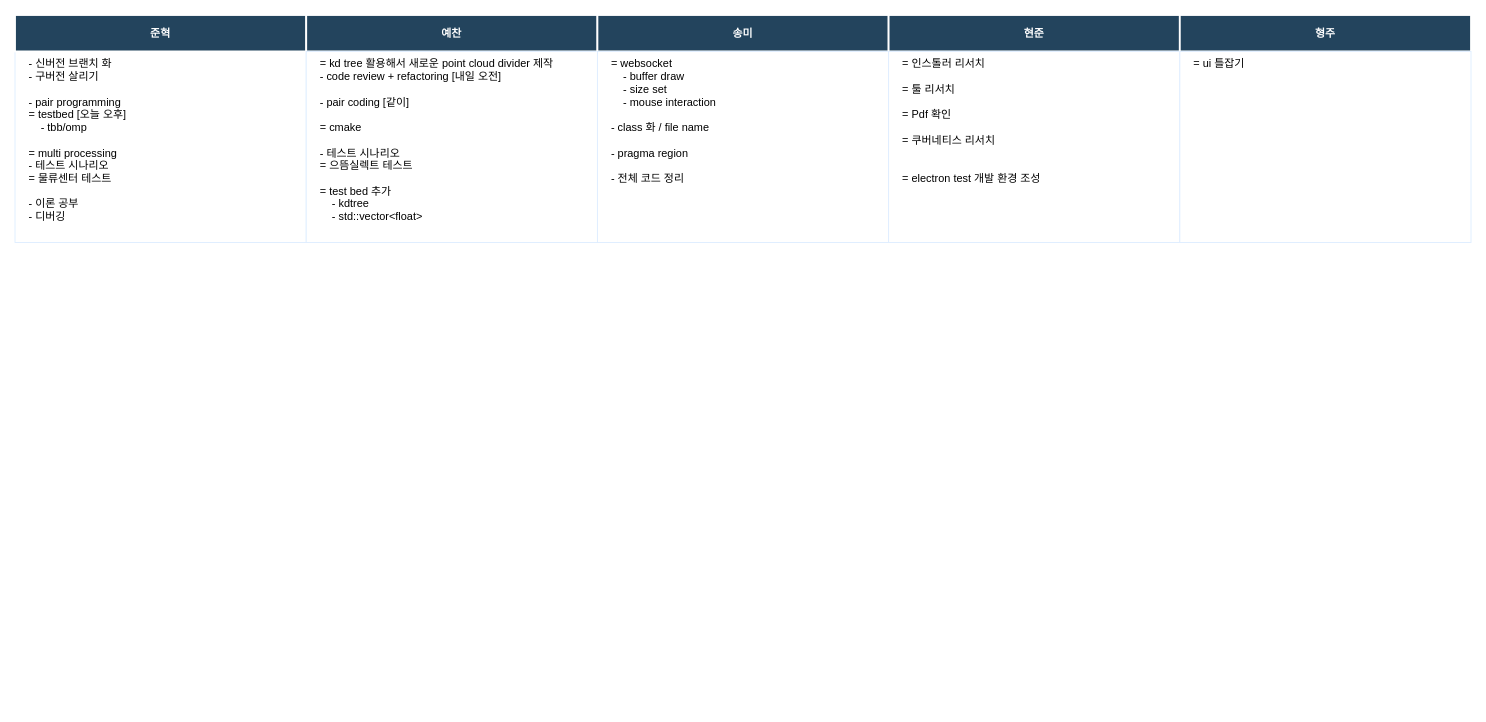
This is team.drawio from jjunbass89/Paper, a draw.io file, before an edit. Source tidied: cells renumbered, new cells numbered last; positions are measured from the earlier drawing's top-left corner, leaving out a move shared by most shapes. Both pictures are drawn from the tidied source at 91%, with x=0, y=0 at pixel (15, 15).
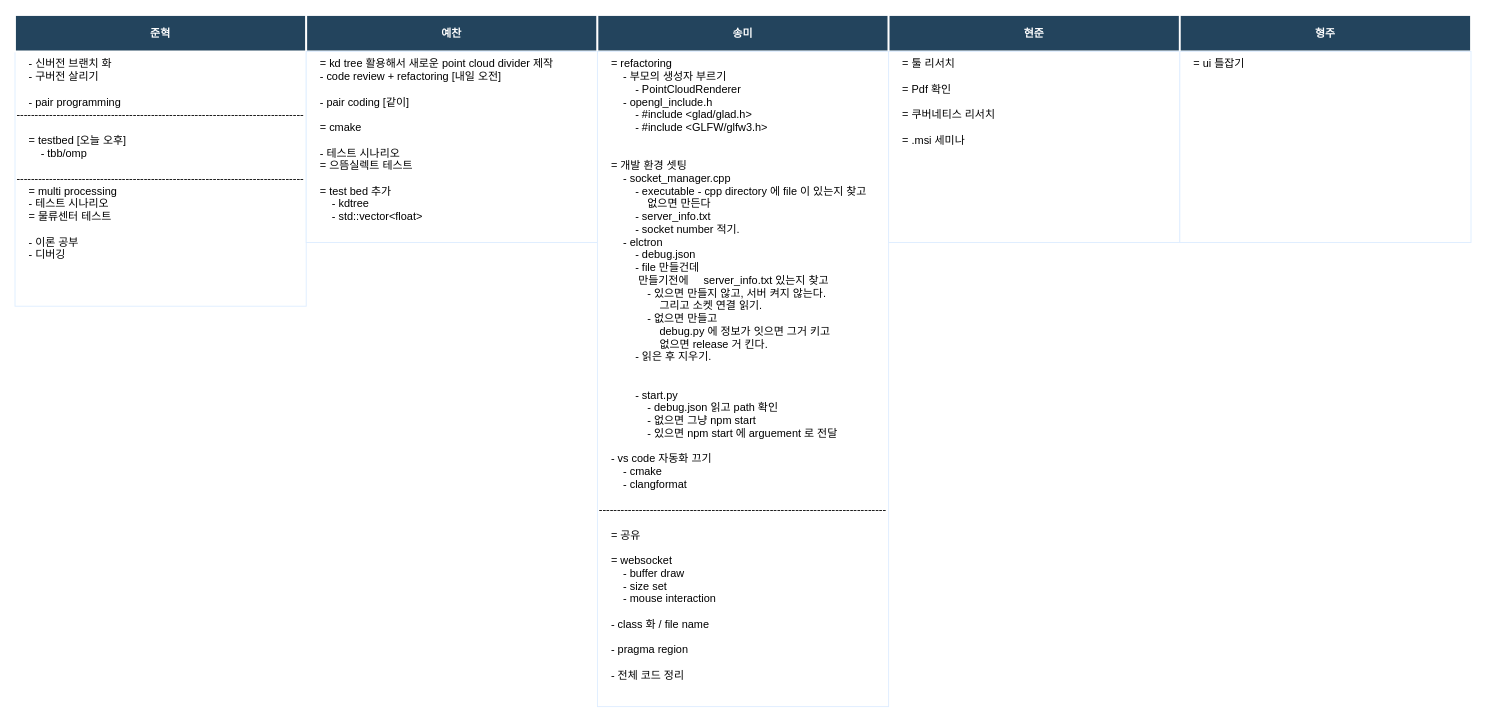
The same page after the edit.

Change to the diagram source:
```diff
@@
 <mxGraphModel>
   <root>
     <mxCell id="0" />
     <mxCell id="1" parent="0" />
-    <mxCell id="2" value="    - 신버전 브랜치 화&#10;    - 구버전 살리기&#10;&#10;    - pair programming&#10;    = testbed [오늘 오후]&#10;        - tbb/omp&#10;&#10;    = multi processing&#10;    - 테스트 시나리오&#10;    = 물류센터 테스트&#10;&#10;    - 이론 공부&#10;    - 디버깅&#10;" style="align=left;strokeColor=#DEEDFF;verticalAlign=top;" parent="1" vertex="1">
-      <mxGeometry y="40" width="320" height="210" as="geometry" />
+    <mxCell id="2" value="    - 신버전 브랜치 화&#10;    - 구버전 살리기&#10;&#10;    - pair programming&#10;-------------------------------------------------------------------------------&#10;&#10;    = testbed [오늘 오후]&#10;        - tbb/omp&#10;&#10;-------------------------------------------------------------------------------&#10;    = multi processing&#10;    - 테스트 시나리오&#10;    = 물류센터 테스트&#10;&#10;    - 이론 공부&#10;    - 디버깅&#10;" style="align=left;strokeColor=#DEEDFF;verticalAlign=top;" parent="1" vertex="1">
+      <mxGeometry y="40" width="320" height="280" as="geometry" />
     </mxCell>
     <mxCell id="3" value="준혁" style="fillColor=#23445D;strokeColor=#FFFFFF;strokeWidth=2;fontColor=#FFFFFF;fontStyle=1;" parent="1" vertex="1">
       <mxGeometry width="320" height="40" as="geometry" />
     </mxCell>
     <mxCell id="4" value="예찬" style="fillColor=#23445D;strokeColor=#FFFFFF;strokeWidth=2;fontColor=#FFFFFF;fontStyle=1;" parent="1" vertex="1">
       <mxGeometry x="320" width="320" height="40" as="geometry" />
     </mxCell>
     <mxCell id="5" value="    = kd tree 활용해서 새로운 point cloud divider 제작&#10;    - code review + refactoring [내일 오전]&#10;&#10;    - pair coding [같이]&#10;&#10;    = cmake&#10;&#10;    - 테스트 시나리오&#10;    = 으뜸실렉트 테스트&#10;&#10;    = test bed 추가&#10;        - kdtree&#10;        - std::vector&lt;float&gt;&#10;&#10;" style="align=left;strokeColor=#DEEDFF;verticalAlign=top;horizontal=1;" parent="1" vertex="1">
       <mxGeometry x="320" y="40" width="320" height="210" as="geometry" />
     </mxCell>
     <mxCell id="6" value="송미" style="fillColor=#23445D;strokeColor=#FFFFFF;strokeWidth=2;fontColor=#FFFFFF;fontStyle=1;" parent="1" vertex="1">
       <mxGeometry x="640" width="320" height="40" as="geometry" />
     </mxCell>
-    <mxCell id="7" value="    = websocket&#10;        - buffer draw&#10;        - size set&#10;        - mouse interaction&#10;&#10;    - class 화 / file name&#10;&#10;    - pragma region&#10;&#10;    - 전체 코드 정리&#10;" style="align=left;strokeColor=#DEEDFF;verticalAlign=top;horizontal=1;" parent="1" vertex="1">
-      <mxGeometry x="640" y="40" width="320" height="210" as="geometry" />
+    <mxCell id="7" value="    = refactoring&#10;        - 부모의 생성자 부르기&#10;            - PointCloudRenderer&#10;        - opengl_include.h&#10;            - #include &lt;glad/glad.h&gt;&#10;            - #include &lt;GLFW/glfw3.h&gt;&#10;&#10;&#10;    = 개발 환경 셋팅&#10;        - socket_manager.cpp&#10;            - executable - cpp directory 에 file 이 있는지 찾고 &#10;                없으면 만든다&#10;            - server_info.txt&#10;            - socket number 적기.&#10;        - elctron&#10;            - debug.json&#10;            - file 만들건데&#10;             만들기전에     server_info.txt 있는지 찾고&#10;                - 있으면 만들지 않고, 서버 켜지 않는다. &#10;                    그리고 소켓 연결 읽기.&#10;                - 없으면 만들고&#10;                    debug.py 에 정보가 잇으면 그거 키고&#10;                    없으면 release 거 킨다.&#10;            - 읽은 후 지우기.&#10;&#10;&#10;            - start.py&#10;                - debug.json 읽고 path 확인&#10;                - 없으면 그냥 npm start&#10;                - 있으면 npm start 에 arguement 로 전달&#10;    &#10;    - vs code 자동화 끄기&#10;        - cmake&#10;        - clangformat&#10;&#10;-------------------------------------------------------------------------------&#10;&#10;    = 공유&#10;&#10;    = websocket&#10;        - buffer draw&#10;        - size set&#10;        - mouse interaction&#10;&#10;    - class 화 / file name&#10;&#10;    - pragma region&#10;&#10;    - 전체 코드 정리" style="align=left;strokeColor=#DEEDFF;verticalAlign=top;horizontal=1;" parent="1" vertex="1">
+      <mxGeometry x="640" y="40" width="320" height="720" as="geometry" />
     </mxCell>
     <mxCell id="8" value="현준" style="fillColor=#23445D;strokeColor=#FFFFFF;strokeWidth=2;fontColor=#FFFFFF;fontStyle=1;" parent="1" vertex="1">
       <mxGeometry x="960" width="320" height="40" as="geometry" />
     </mxCell>
-    <mxCell id="9" value="    = 인스톨러 리서치&#10;&#10;    = 툴 리서치&#10;&#10;    = Pdf 확인&#10;&#10;    = 쿠버네티스 리서치&#10;&#10;&#10;    = electron test 개발 환경 조성&#10;" style="align=left;strokeColor=#DEEDFF;verticalAlign=top;horizontal=1;" parent="1" vertex="1">
+    <mxCell id="9" value="    = 툴 리서치&#10;&#10;    = Pdf 확인&#10;&#10;    = 쿠버네티스 리서치&#10;&#10;    = .msi 세미나&#10;&#10;&#10;&#10;" style="align=left;strokeColor=#DEEDFF;verticalAlign=top;horizontal=1;" parent="1" vertex="1">
       <mxGeometry x="960" y="40" width="320" height="210" as="geometry" />
     </mxCell>
     <mxCell id="10" value="형주" style="fillColor=#23445D;strokeColor=#FFFFFF;strokeWidth=2;fontColor=#FFFFFF;fontStyle=1;" parent="1" vertex="1">
       <mxGeometry x="1280" width="320" height="40" as="geometry" />
     </mxCell>
     <mxCell id="11" value="    = ui 틀잡기&#10;" style="align=left;strokeColor=#DEEDFF;verticalAlign=top;horizontal=1;" parent="1" vertex="1">
       <mxGeometry x="1280" y="40" width="320" height="210" as="geometry" />
     </mxCell>
   </root>
 </mxGraphModel>
```
